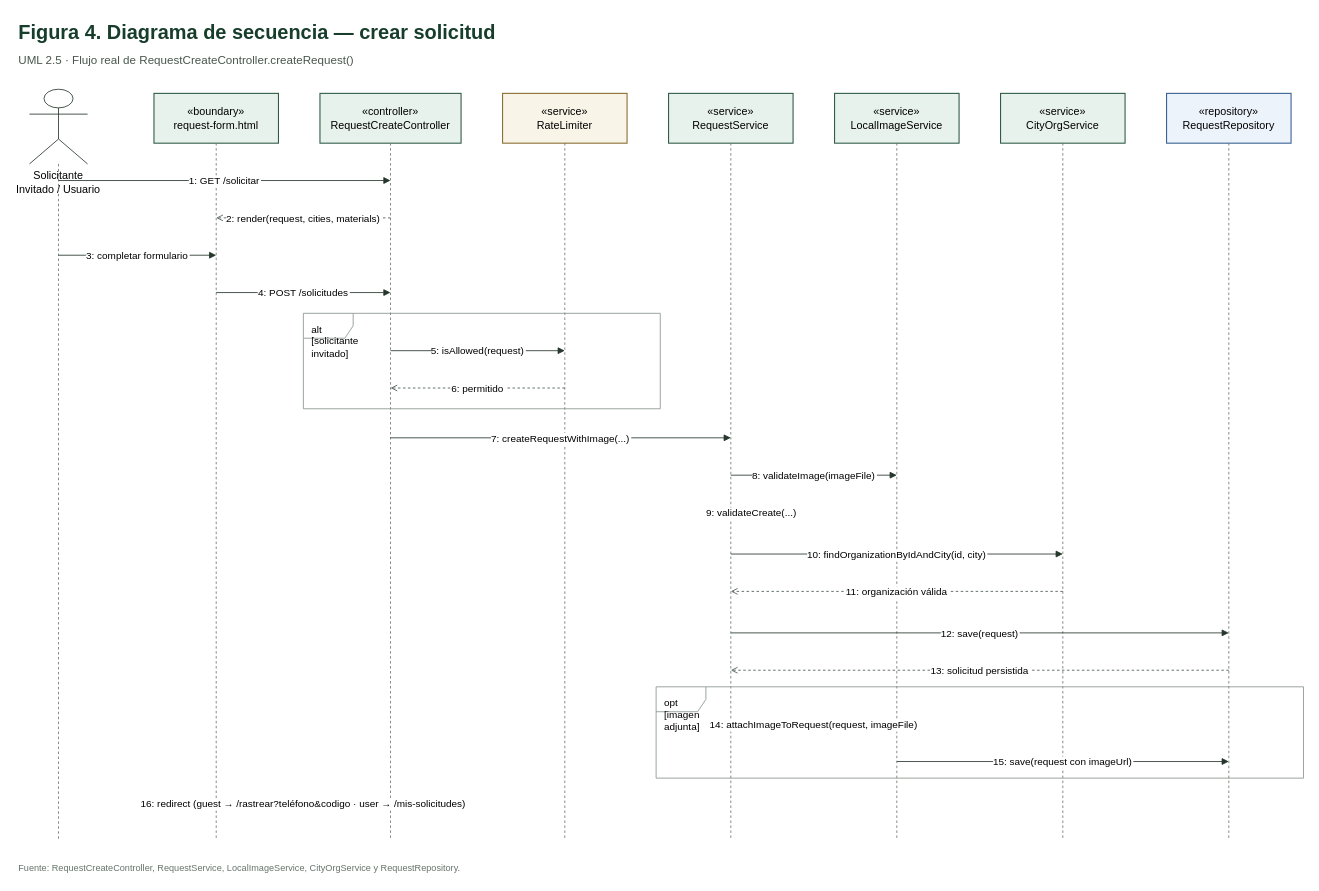
The draw.io diagram docs/diagrams/figura4-secuencia.drawio in fedegonc/residuosolido, before the edit. Source tidied: cells renumbered, new cells numbered last; positions are measured from the earlier drawing's top-left corner, leaving out a move shared by most shapes. Both pictures are drawn from the tidied source at 83%, with x=0, y=0 at pixel (17, 14).
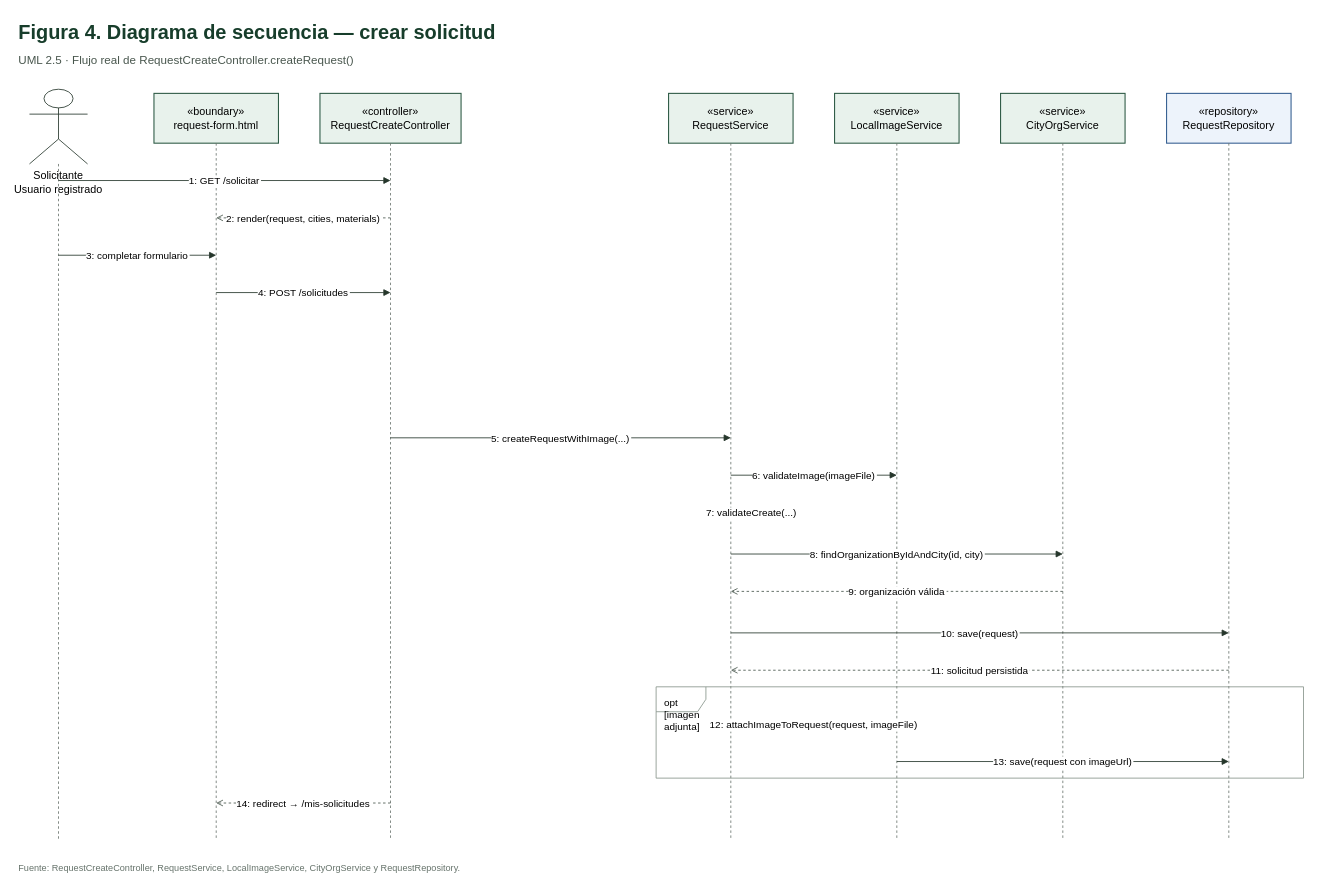
Above is the later version.

What changed in the source:
```diff
@@
-    <mxCell id="4" value="Solicitante&#10;Invitado / Usuario" style="shape=umlActor;verticalLabelPosition=bottom;verticalAlign=top;html=0;fontFamily=Helvetica;fontSize=13;strokeColor=#25362b;" parent="1" vertex="1">
+    <mxCell id="4" value="Solicitante&#10;Usuario registrado" style="shape=umlActor;verticalLabelPosition=bottom;verticalAlign=top;html=0;fontFamily=Helvetica;fontSize=13;strokeColor=#25362b;" parent="1" vertex="1">
       <mxGeometry x="15" y="90" width="70" height="90" as="geometry" />
     </mxCell>
@@
-    <mxCell id="7" value="«service»&#10;RateLimiter" style="rounded=0;whiteSpace=wrap;html=0;fontFamily=Helvetica;fontSize=13;fillColor=#f8f4e8;strokeColor=#8a6d2f;strokeWidth=1.3;" parent="1" vertex="1">
-      <mxGeometry x="585" y="95" width="150" height="60" as="geometry" />
-    </mxCell>
@@
-    <mxCell id="15" style="endArrow=none;dashed=1;strokeColor=#6b756e;" parent="1" edge="1" source="7">
-      <mxGeometry relative="1" as="geometry">
-        <mxPoint x="660" y="995" as="targetPoint" />
-      </mxGeometry>
-    </mxCell>
@@
-    <mxCell id="24" value="alt [solicitante invitado]" style="shape=umlFrame;whiteSpace=wrap;html=0;fontFamily=Helvetica;fontSize=12;align=left;verticalAlign=top;spacingTop=6;spacingLeft=8;fillColor=none;strokeColor=#87948a;dashed=0;" parent="1" vertex="1">
-      <mxGeometry x="345" y="360" width="430" height="115" as="geometry" />
-    </mxCell>
-    <mxCell id="25" value="5: isAllowed(request)" style="endArrow=block;html=0;fontFamily=Helvetica;fontSize=12;strokeColor=#25362b;" parent="1" edge="1">
+    <mxCell id="25" value="5: createRequestWithImage(...)" style="endArrow=block;html=0;fontFamily=Helvetica;fontSize=12;strokeColor=#25362b;" parent="1" edge="1">
       <mxGeometry relative="1" as="geometry">
-        <mxPoint x="450" y="405" as="sourcePoint" />
-        <mxPoint x="660" y="405" as="targetPoint" />
+        <mxPoint x="450" y="510" as="sourcePoint" />
+        <mxPoint x="860" y="510" as="targetPoint" />
       </mxGeometry>
     </mxCell>
-    <mxCell id="26" value="6: permitido" style="endArrow=open;dashed=1;html=0;fontFamily=Helvetica;fontSize=12;strokeColor=#48564d;" parent="1" edge="1">
+    <mxCell id="26" value="6: validateImage(imageFile)" style="endArrow=block;html=0;fontFamily=Helvetica;fontSize=12;strokeColor=#25362b;" parent="1" edge="1">
       <mxGeometry relative="1" as="geometry">
-        <mxPoint x="660" y="450" as="sourcePoint" />
-        <mxPoint x="450" y="450" as="targetPoint" />
+        <mxPoint x="860" y="555" as="sourcePoint" />
+        <mxPoint x="1060" y="555" as="targetPoint" />
       </mxGeometry>
     </mxCell>
-    <mxCell id="27" value="7: createRequestWithImage(...)" style="endArrow=block;html=0;fontFamily=Helvetica;fontSize=12;strokeColor=#25362b;" parent="1" edge="1">
+    <mxCell id="27" value="7: validateCreate(...)" style="endArrow=block;html=0;fontFamily=Helvetica;fontSize=12;strokeColor=#25362b;" parent="1" edge="1">
       <mxGeometry relative="1" as="geometry">
-        <mxPoint x="450" y="510" as="sourcePoint" />
-        <mxPoint x="860" y="510" as="targetPoint" />
+        <mxPoint x="860" y="600" as="sourcePoint" />
+        <mxPoint x="910" y="600" as="targetPoint" />
       </mxGeometry>
     </mxCell>
-    <mxCell id="28" value="8: validateImage(imageFile)" style="endArrow=block;html=0;fontFamily=Helvetica;fontSize=12;strokeColor=#25362b;" parent="1" edge="1">
+    <mxCell id="28" value="8: findOrganizationByIdAndCity(id, city)" style="endArrow=block;html=0;fontFamily=Helvetica;fontSize=12;strokeColor=#25362b;" parent="1" edge="1">
       <mxGeometry relative="1" as="geometry">
-        <mxPoint x="860" y="555" as="sourcePoint" />
-        <mxPoint x="1060" y="555" as="targetPoint" />
+        <mxPoint x="860" y="650" as="sourcePoint" />
+        <mxPoint x="1260" y="650" as="targetPoint" />
       </mxGeometry>
     </mxCell>
-    <mxCell id="29" value="9: validateCreate(...)" style="endArrow=block;html=0;fontFamily=Helvetica;fontSize=12;strokeColor=#25362b;" parent="1" edge="1">
+    <mxCell id="29" value="9: organización válida" style="endArrow=open;dashed=1;html=0;fontFamily=Helvetica;fontSize=12;strokeColor=#48564d;" parent="1" edge="1">
       <mxGeometry relative="1" as="geometry">
-        <mxPoint x="860" y="600" as="sourcePoint" />
-        <mxPoint x="910" y="600" as="targetPoint" />
+        <mxPoint x="1260" y="695" as="sourcePoint" />
+        <mxPoint x="860" y="695" as="targetPoint" />
       </mxGeometry>
     </mxCell>
-    <mxCell id="30" value="10: findOrganizationByIdAndCity(id, city)" style="endArrow=block;html=0;fontFamily=Helvetica;fontSize=12;strokeColor=#25362b;" parent="1" edge="1">
+    <mxCell id="30" value="10: save(request)" style="endArrow=block;html=0;fontFamily=Helvetica;fontSize=12;strokeColor=#25362b;" parent="1" edge="1">
       <mxGeometry relative="1" as="geometry">
-        <mxPoint x="860" y="650" as="sourcePoint" />
-        <mxPoint x="1260" y="650" as="targetPoint" />
+        <mxPoint x="860" y="745" as="sourcePoint" />
+        <mxPoint x="1460" y="745" as="targetPoint" />
       </mxGeometry>
     </mxCell>
-    <mxCell id="31" value="11: organización válida" style="endArrow=open;dashed=1;html=0;fontFamily=Helvetica;fontSize=12;strokeColor=#48564d;" parent="1" edge="1">
+    <mxCell id="31" value="11: solicitud persistida" style="endArrow=open;dashed=1;html=0;fontFamily=Helvetica;fontSize=12;strokeColor=#48564d;" parent="1" edge="1">
       <mxGeometry relative="1" as="geometry">
-        <mxPoint x="1260" y="695" as="sourcePoint" />
-        <mxPoint x="860" y="695" as="targetPoint" />
+        <mxPoint x="1460" y="790" as="sourcePoint" />
+        <mxPoint x="860" y="790" as="targetPoint" />
       </mxGeometry>
     </mxCell>
+    <mxCell id="34" value="opt [imagen adjunta]" style="shape=umlFrame;whiteSpace=wrap;html=0;fontFamily=Helvetica;fontSize=12;align=left;verticalAlign=top;spacingTop=6;spacingLeft=8;fillColor=none;strokeColor=#87948a;" parent="1" vertex="1">
+      <mxGeometry x="770" y="810" width="780" height="110" as="geometry" />
+    </mxCell>
-    <mxCell id="32" value="12: save(request)" style="endArrow=block;html=0;fontFamily=Helvetica;fontSize=12;strokeColor=#25362b;" parent="1" edge="1">
+    <mxCell id="32" value="12: attachImageToRequest(request, imageFile)" style="endArrow=block;html=0;fontFamily=Helvetica;fontSize=12;strokeColor=#25362b;" parent="1" edge="1">
       <mxGeometry relative="1" as="geometry">
-        <mxPoint x="860" y="745" as="sourcePoint" />
-        <mxPoint x="1460" y="745" as="targetPoint" />
+        <mxPoint x="860" y="855" as="sourcePoint" />
+        <mxPoint x="1060" y="855" as="targetPoint" />
       </mxGeometry>
     </mxCell>
-    <mxCell id="33" value="13: solicitud persistida" style="endArrow=open;dashed=1;html=0;fontFamily=Helvetica;fontSize=12;strokeColor=#48564d;" parent="1" edge="1">
+    <mxCell id="33" value="13: save(request con imageUrl)" style="endArrow=block;html=0;fontFamily=Helvetica;fontSize=12;strokeColor=#25362b;" parent="1" edge="1">
       <mxGeometry relative="1" as="geometry">
-        <mxPoint x="1460" y="790" as="sourcePoint" />
-        <mxPoint x="860" y="790" as="targetPoint" />
+        <mxPoint x="1060" y="900" as="sourcePoint" />
+        <mxPoint x="1460" y="900" as="targetPoint" />
       </mxGeometry>
     </mxCell>
-    <mxCell id="34" value="opt [imagen adjunta]" style="shape=umlFrame;whiteSpace=wrap;html=0;fontFamily=Helvetica;fontSize=12;align=left;verticalAlign=top;spacingTop=6;spacingLeft=8;fillColor=none;strokeColor=#87948a;" parent="1" vertex="1">
-      <mxGeometry x="770" y="810" width="780" height="110" as="geometry" />
-    </mxCell>
-    <mxCell id="35" value="14: attachImageToRequest(request, imageFile)" style="endArrow=block;html=0;fontFamily=Helvetica;fontSize=12;strokeColor=#25362b;" parent="1" edge="1">
+    <mxCell id="35" value="14: redirect → /mis-solicitudes" style="endArrow=open;dashed=1;html=0;fontFamily=Helvetica;fontSize=12;strokeColor=#48564d;" parent="1" edge="1">
       <mxGeometry relative="1" as="geometry">
-        <mxPoint x="860" y="855" as="sourcePoint" />
-        <mxPoint x="1060" y="855" as="targetPoint" />
+        <mxPoint x="450" y="950" as="sourcePoint" />
+        <mxPoint x="240" y="950" as="targetPoint" />
       </mxGeometry>
     </mxCell>
-    <mxCell id="36" value="15: save(request con imageUrl)" style="endArrow=block;html=0;fontFamily=Helvetica;fontSize=12;strokeColor=#25362b;" parent="1" edge="1">
-      <mxGeometry relative="1" as="geometry">
-        <mxPoint x="1060" y="900" as="sourcePoint" />
-        <mxPoint x="1460" y="900" as="targetPoint" />
-      </mxGeometry>
-    </mxCell>
-    <mxCell id="37" value="16: redirect (guest → /rastrear?teléfono&amp;codigo · user → /mis-solicitudes)" style="endArrow=open;dashed=1;html=0;fontFamily=Helvetica;fontSize=12;strokeColor=#48564d;" parent="1" edge="1">
-      <mxGeometry relative="1" as="geometry">
-        <mxPoint x="450" y="950" as="sourcePoint" />
-        <mxPoint x="240" y="950" as="targetPoint" />
-      </mxGeometry>
-    </mxCell>
```
